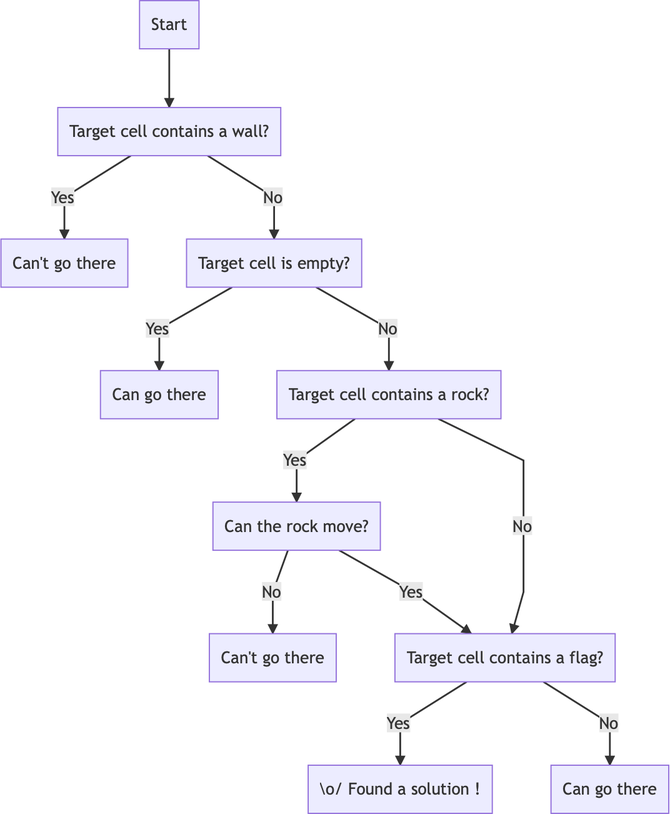
Earlier version of the Mermaid export brouillons/baba-is-you-5/graph2.png (archiloque/blog). Its source is kept beside it as brouillons/baba-is-you-5/graph2.mmd.
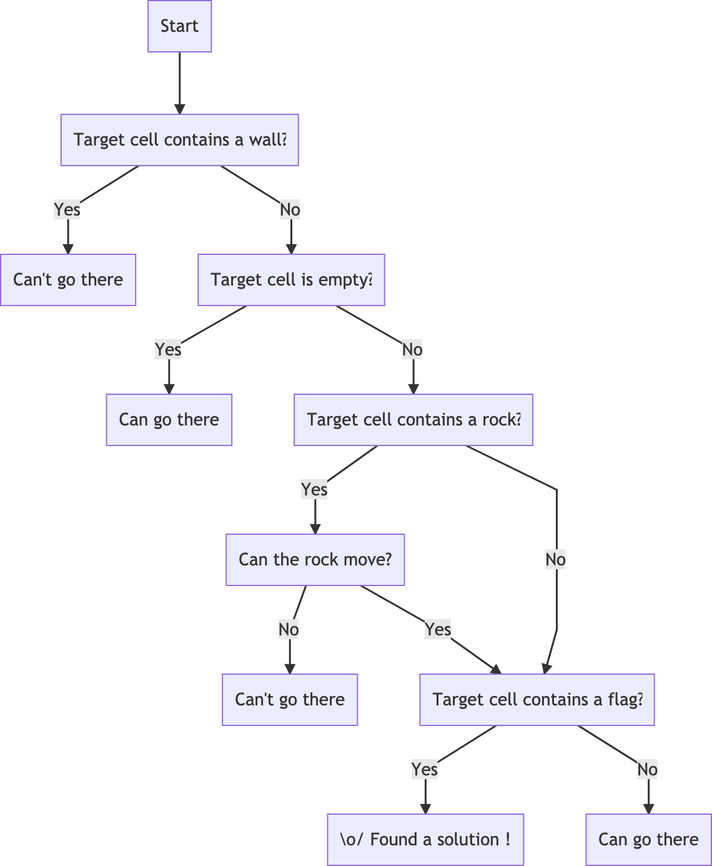
After the change.

Change to the diagram source:
```diff
@@ -14,7 +14,7 @@
 NoMoveRock[Can't go there]
 
 Flag[Target cell contains a flag?]
-YesFlag[\o/ Found a solution !]
+YesFlag[\o/ Found a solution!]
 NoFlag[Can go there]
 
 Start --> Wall
```
